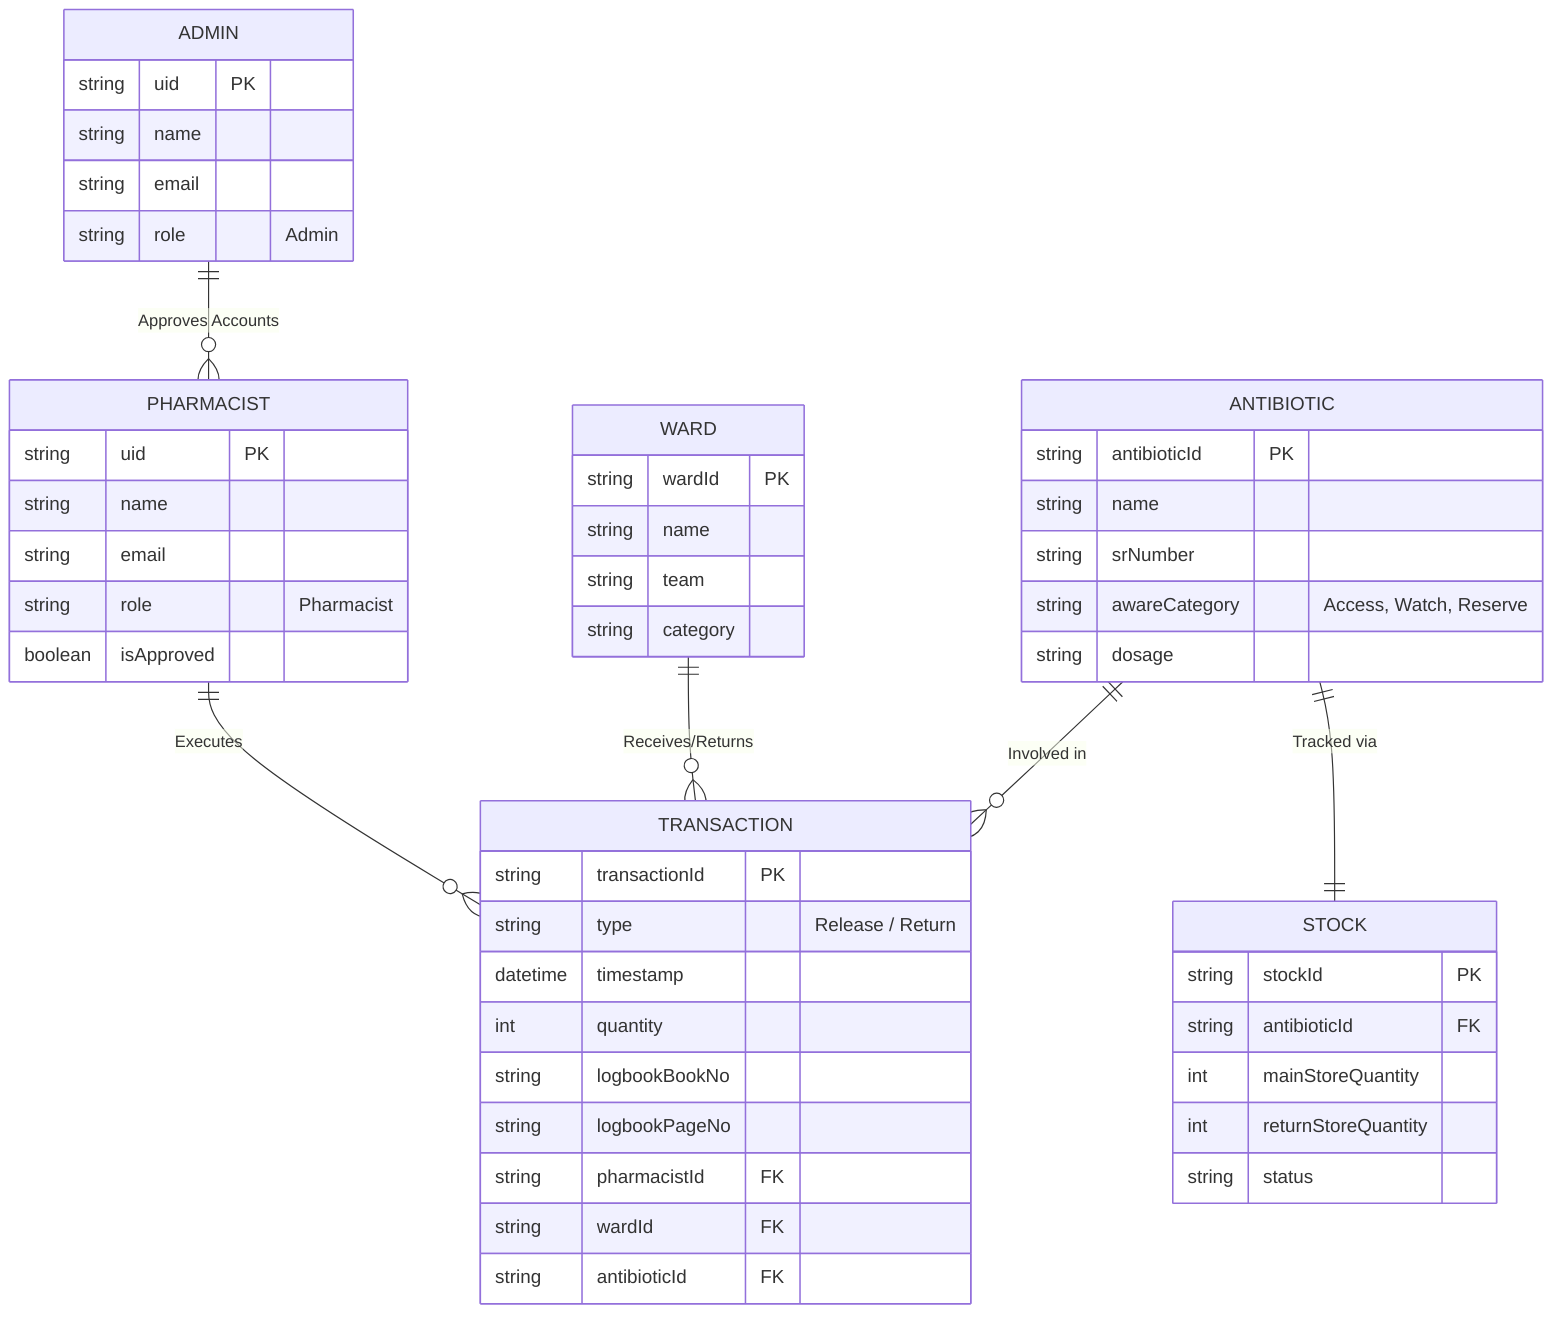
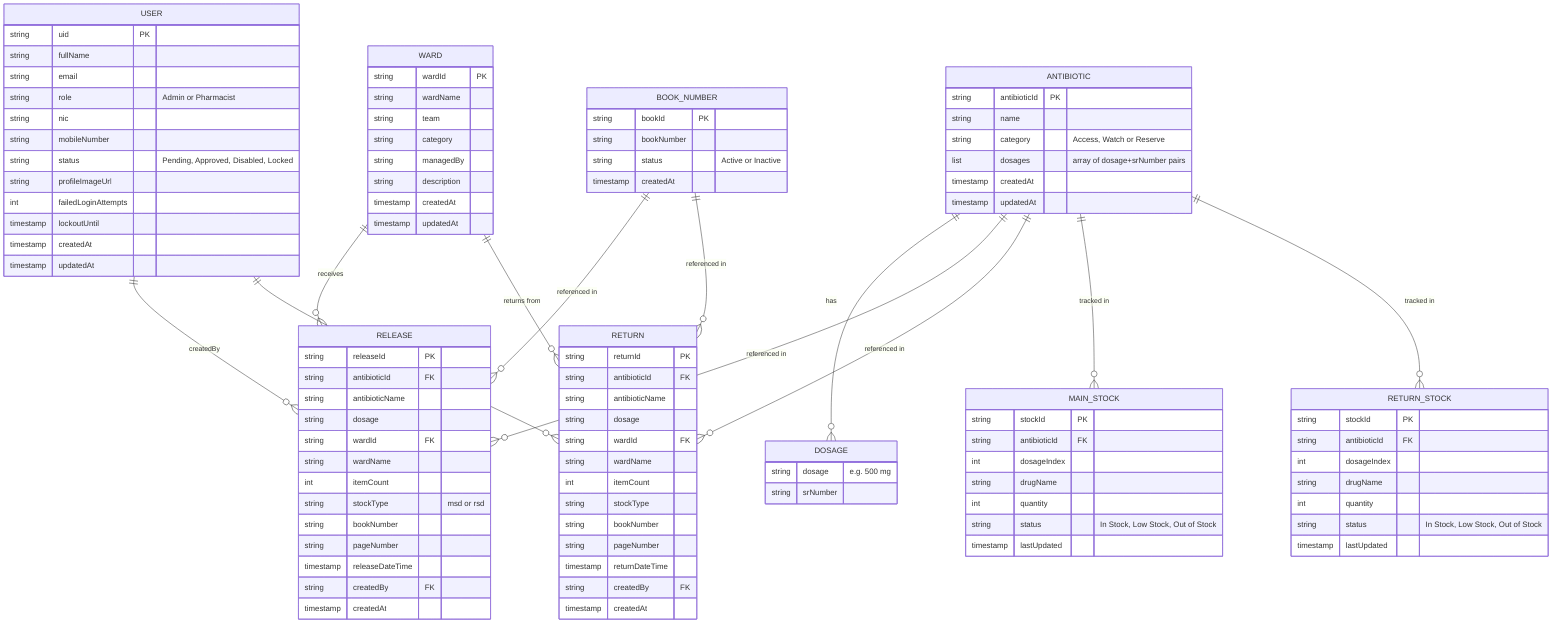
erDiagram
-     ADMIN ||--o{ PHARMACIST : "Approves Accounts"
-     PHARMACIST ||--o{ TRANSACTION : "Executes"
-     WARD ||--o{ TRANSACTION : "Receives/Returns"
-     ANTIBIOTIC ||--o{ TRANSACTION : "Involved in"
-     ANTIBIOTIC ||--|| STOCK : "Tracked via"
- 
-     PHARMACIST {
+     USER {
        string uid PK
-         string name
+         string fullName
        string email
-         string role "Pharmacist"
-         boolean isApproved
-     }
- 
-     ADMIN {
-         string uid PK
-         string name
-         string email
-         string role "Admin"
+         string role "Admin or Pharmacist"
+         string nic
+         string mobileNumber
+         string status "Pending, Approved, Disabled, Locked"
+         string profileImageUrl
+         int failedLoginAttempts
+         timestamp lockoutUntil
+         timestamp createdAt
+         timestamp updatedAt
    }

    ANTIBIOTIC {
        string antibioticId PK
        string name
+         string category "Access, Watch or Reserve"
+         list dosages "array of dosage+srNumber pairs"
+         timestamp createdAt
+         timestamp updatedAt
+     }
+ 
+     DOSAGE {
+         string dosage "e.g. 500 mg"
        string srNumber
-         string awareCategory "Access, Watch, Reserve"
-         string dosage
    }

    WARD {
        string wardId PK
-         string name
+         string wardName
        string team
        string category
+         string managedBy
+         string description
+         timestamp createdAt
+         timestamp updatedAt
    }

-     TRANSACTION {
-         string transactionId PK
-         string type "Release / Return"
-         datetime timestamp
-         int quantity
-         string logbookBookNo
-         string logbookPageNo
-         string pharmacistId FK
-         string wardId FK
-         string antibioticId FK
+     BOOK_NUMBER {
+         string bookId PK
+         string bookNumber
+         string status "Active or Inactive"
+         timestamp createdAt
    }

-     STOCK {
+     RELEASE {
+         string releaseId PK
+         string antibioticId FK
+         string antibioticName
+         string dosage
+         string wardId FK
+         string wardName
+         int itemCount
+         string stockType "msd or rsd"
+         string bookNumber
+         string pageNumber
+         timestamp releaseDateTime
+         string createdBy FK
+         timestamp createdAt
+     }
+ 
+     RETURN {
+         string returnId PK
+         string antibioticId FK
+         string antibioticName
+         string dosage
+         string wardId FK
+         string wardName
+         int itemCount
+         string stockType
+         string bookNumber
+         string pageNumber
+         timestamp returnDateTime
+         string createdBy FK
+         timestamp createdAt
+     }
+ 
+     MAIN_STOCK {
        string stockId PK
        string antibioticId FK
-         int mainStoreQuantity
-         int returnStoreQuantity
-         string status
+         int dosageIndex
+         string drugName
+         int quantity
+         string status "In Stock, Low Stock, Out of Stock"
+         timestamp lastUpdated
    }
+ 
+     RETURN_STOCK {
+         string stockId PK
+         string antibioticId FK
+         int dosageIndex
+         string drugName
+         int quantity
+         string status "In Stock, Low Stock, Out of Stock"
+         timestamp lastUpdated
+     }
+ 
+     USER ||--o{ RELEASE : "createdBy"
+     USER ||--o{ RETURN : "createdBy"
+     ANTIBIOTIC ||--o{ DOSAGE : "has"
+     ANTIBIOTIC ||--o{ RELEASE : "referenced in"
+     ANTIBIOTIC ||--o{ RETURN : "referenced in"
+     ANTIBIOTIC ||--o{ MAIN_STOCK : "tracked in"
+     ANTIBIOTIC ||--o{ RETURN_STOCK : "tracked in"
+     WARD ||--o{ RELEASE : "receives"
+     WARD ||--o{ RETURN : "returns from"
+     BOOK_NUMBER ||--o{ RELEASE : "referenced in"
+     BOOK_NUMBER ||--o{ RETURN : "referenced in"
